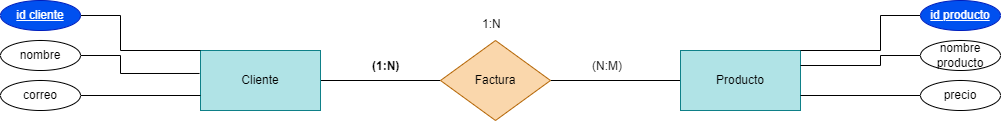
Before: Tareas/Unidad2/ejercicio2.22.drawio.png, a diagram exported from draw.io (WhiteCascade/BAE). Source tidied: cells renumbered, new cells last; positions are measured from the earlier drawing's top-left corner, leaving out a move shared by most shapes.
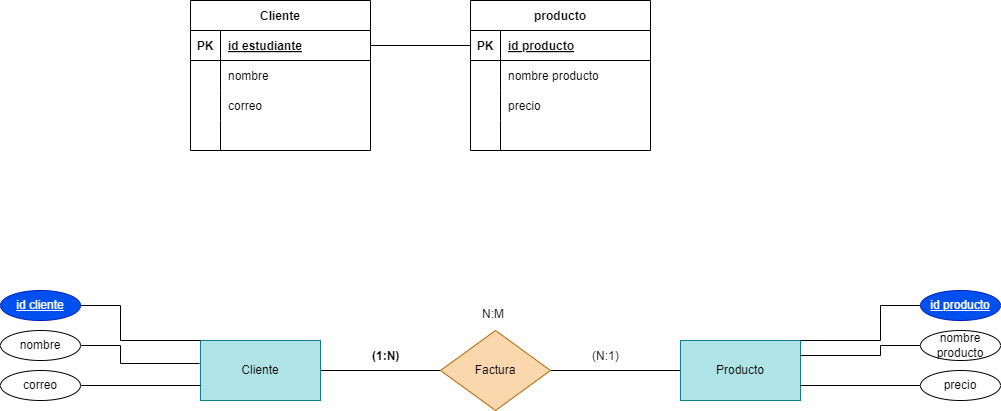
The same diagram one commit later.

What changed in the source:
```diff
@@ -73,14 +73,95 @@
     <mxCell id="18" value="&lt;span style=&quot;text-align: left;&quot;&gt;&lt;u&gt;id producto&lt;/u&gt;&lt;/span&gt;" style="ellipse;whiteSpace=wrap;html=1;fillColor=#0050ef;fontColor=#ffffff;strokeColor=#001DBC;" parent="1" vertex="1">
       <mxGeometry x="920" width="80" height="30" as="geometry" />
     </mxCell>
-    <mxCell id="19" value="1:N" style="text;whiteSpace=wrap;html=1;" parent="1" vertex="1">
+    <mxCell id="19" value="N:M" style="text;whiteSpace=wrap;html=1;" parent="1" vertex="1">
       <mxGeometry x="480" y="10" width="50" height="40" as="geometry" />
     </mxCell>
-    <mxCell id="20" value="&lt;p&gt;(N:M)&lt;/p&gt;" style="text;whiteSpace=wrap;html=1;" parent="1" vertex="1">
+    <mxCell id="20" value="&lt;p&gt;(N:1)&lt;/p&gt;" style="text;whiteSpace=wrap;html=1;" parent="1" vertex="1">
       <mxGeometry x="590" y="40" width="60" height="60" as="geometry" />
     </mxCell>
     <mxCell id="21" value="&lt;p&gt;&lt;strong&gt;(1:N)&lt;/strong&gt;&lt;/p&gt;" style="text;whiteSpace=wrap;html=1;" parent="1" vertex="1">
       <mxGeometry x="370" y="40" width="60" height="60" as="geometry" />
     </mxCell>
+    <mxCell id="22" value="Cliente" style="shape=table;startSize=30;rowLines=0;fontStyle=1;align=center;" parent="1" vertex="1">
+      <mxGeometry x="190" y="-290" width="180" height="150" as="geometry" />
+    </mxCell>
+    <mxCell id="23" style="shape=tableRow;horizontal=0;startSize=0;swimlaneHead=0;swimlaneBody=0;fillColor=none;points=[[0,0.5],[1,0.5]];portConstraint=eastwest;top=0;left=0;right=0;bottom=1;" parent="22" vertex="1">
+      <mxGeometry y="30" width="180" height="30" as="geometry" />
+    </mxCell>
+    <mxCell id="24" value="PK" style="shape=partialRectangle;fillColor=none;top=0;left=0;bottom=0;right=0;fontStyle=1;overflow=hidden;" parent="23" vertex="1">
+      <mxGeometry width="30" height="30" as="geometry" />
+    </mxCell>
+    <mxCell id="25" value="id estudiante" style="shape=partialRectangle;fillColor=none;top=0;left=0;bottom=0;right=0;align=left;spacingLeft=6;fontStyle=5;overflow=hidden;" parent="23" vertex="1">
+      <mxGeometry x="30" width="150" height="30" as="geometry" />
+    </mxCell>
+    <mxCell id="26" style="shape=tableRow;horizontal=0;startSize=0;swimlaneHead=0;swimlaneBody=0;fillColor=none;top=0;left=0;right=0;bottom=0;" parent="22" vertex="1">
+      <mxGeometry y="60" width="180" height="30" as="geometry" />
+    </mxCell>
+    <mxCell id="27" style="shape=partialRectangle;fillColor=none;top=0;left=0;bottom=0;right=0;overflow=hidden;" parent="26" vertex="1">
+      <mxGeometry width="30" height="30" as="geometry" />
+    </mxCell>
+    <mxCell id="28" value="nombre" style="shape=partialRectangle;fillColor=none;top=0;left=0;bottom=0;right=0;align=left;spacingLeft=6;overflow=hidden;" parent="26" vertex="1">
+      <mxGeometry x="30" width="150" height="30" as="geometry" />
+    </mxCell>
+    <mxCell id="29" style="shape=tableRow;horizontal=0;startSize=0;swimlaneHead=0;swimlaneBody=0;fillColor=none;top=0;left=0;right=0;bottom=0;" parent="22" vertex="1">
+      <mxGeometry y="90" width="180" height="30" as="geometry" />
+    </mxCell>
+    <mxCell id="30" style="shape=partialRectangle;fillColor=none;top=0;left=0;bottom=0;right=0;overflow=hidden;" parent="29" vertex="1">
+      <mxGeometry width="30" height="30" as="geometry" />
+    </mxCell>
+    <mxCell id="31" value="correo" style="shape=partialRectangle;fillColor=none;top=0;left=0;bottom=0;right=0;align=left;spacingLeft=6;overflow=hidden;" parent="29" vertex="1">
+      <mxGeometry x="30" width="150" height="30" as="geometry" />
+    </mxCell>
+    <mxCell id="32" style="shape=tableRow;horizontal=0;startSize=0;swimlaneHead=0;swimlaneBody=0;fillColor=none;top=0;left=0;right=0;bottom=0;" parent="22" vertex="1">
+      <mxGeometry y="120" width="180" height="30" as="geometry" />
+    </mxCell>
+    <mxCell id="33" style="shape=partialRectangle;fillColor=none;top=0;left=0;bottom=0;right=0;overflow=hidden;" parent="32" vertex="1">
+      <mxGeometry width="30" height="30" as="geometry" />
+    </mxCell>
+    <mxCell id="34" style="shape=partialRectangle;fillColor=none;top=0;left=0;bottom=0;right=0;align=left;spacingLeft=6;overflow=hidden;" parent="32" vertex="1">
+      <mxGeometry x="30" width="150" height="30" as="geometry" />
+    </mxCell>
+    <mxCell id="35" value="producto" style="shape=table;startSize=30;rowLines=0;fontStyle=1;align=center;" parent="1" vertex="1">
+      <mxGeometry x="470" y="-290" width="180" height="150" as="geometry" />
+    </mxCell>
+    <mxCell id="36" style="shape=tableRow;horizontal=0;startSize=0;swimlaneHead=0;swimlaneBody=0;fillColor=none;points=[[0,0.5],[1,0.5]];portConstraint=eastwest;top=0;left=0;right=0;bottom=1;" parent="35" vertex="1">
+      <mxGeometry y="30" width="180" height="30" as="geometry" />
+    </mxCell>
+    <mxCell id="37" value="PK" style="shape=partialRectangle;fillColor=none;top=0;left=0;bottom=0;right=0;fontStyle=1;overflow=hidden;" parent="36" vertex="1">
+      <mxGeometry width="30" height="30" as="geometry" />
+    </mxCell>
+    <mxCell id="38" value="id producto" style="shape=partialRectangle;fillColor=none;top=0;left=0;bottom=0;right=0;align=left;spacingLeft=6;fontStyle=5;overflow=hidden;" parent="36" vertex="1">
+      <mxGeometry x="30" width="150" height="30" as="geometry" />
+    </mxCell>
+    <mxCell id="39" style="shape=tableRow;horizontal=0;startSize=0;swimlaneHead=0;swimlaneBody=0;fillColor=none;top=0;left=0;right=0;bottom=0;" parent="35" vertex="1">
+      <mxGeometry y="60" width="180" height="30" as="geometry" />
+    </mxCell>
+    <mxCell id="40" style="shape=partialRectangle;fillColor=none;top=0;left=0;bottom=0;right=0;overflow=hidden;" parent="39" vertex="1">
+      <mxGeometry width="30" height="30" as="geometry" />
+    </mxCell>
+    <mxCell id="41" value="nombre producto" style="shape=partialRectangle;fillColor=none;top=0;left=0;bottom=0;right=0;align=left;spacingLeft=6;overflow=hidden;" parent="39" vertex="1">
+      <mxGeometry x="30" width="150" height="30" as="geometry" />
+    </mxCell>
+    <mxCell id="42" style="shape=tableRow;horizontal=0;startSize=0;swimlaneHead=0;swimlaneBody=0;fillColor=none;top=0;left=0;right=0;bottom=0;" parent="35" vertex="1">
+      <mxGeometry y="90" width="180" height="30" as="geometry" />
+    </mxCell>
+    <mxCell id="43" style="shape=partialRectangle;fillColor=none;top=0;left=0;bottom=0;right=0;overflow=hidden;" parent="42" vertex="1">
+      <mxGeometry width="30" height="30" as="geometry" />
+    </mxCell>
+    <mxCell id="44" value="precio" style="shape=partialRectangle;fillColor=none;top=0;left=0;bottom=0;right=0;align=left;spacingLeft=6;overflow=hidden;" parent="42" vertex="1">
+      <mxGeometry x="30" width="150" height="30" as="geometry" />
+    </mxCell>
+    <mxCell id="45" style="shape=tableRow;horizontal=0;startSize=0;swimlaneHead=0;swimlaneBody=0;fillColor=none;top=0;left=0;right=0;bottom=0;" parent="35" vertex="1">
+      <mxGeometry y="120" width="180" height="30" as="geometry" />
+    </mxCell>
+    <mxCell id="46" style="shape=partialRectangle;fillColor=none;top=0;left=0;bottom=0;right=0;overflow=hidden;" parent="45" vertex="1">
+      <mxGeometry width="30" height="30" as="geometry" />
+    </mxCell>
+    <mxCell id="47" style="shape=partialRectangle;fillColor=none;top=0;left=0;bottom=0;right=0;align=left;spacingLeft=6;overflow=hidden;" parent="45" vertex="1">
+      <mxGeometry x="30" width="150" height="30" as="geometry" />
+    </mxCell>
+    <mxCell id="48" style="edgeStyle=none;html=1;exitX=0;exitY=0.5;exitDx=0;exitDy=0;endArrow=none;endFill=0;" parent="1" edge="1" source="36" target="23">
+      <mxGeometry relative="1" as="geometry" />
+    </mxCell>
   </root>
 </mxGraphModel>
```
